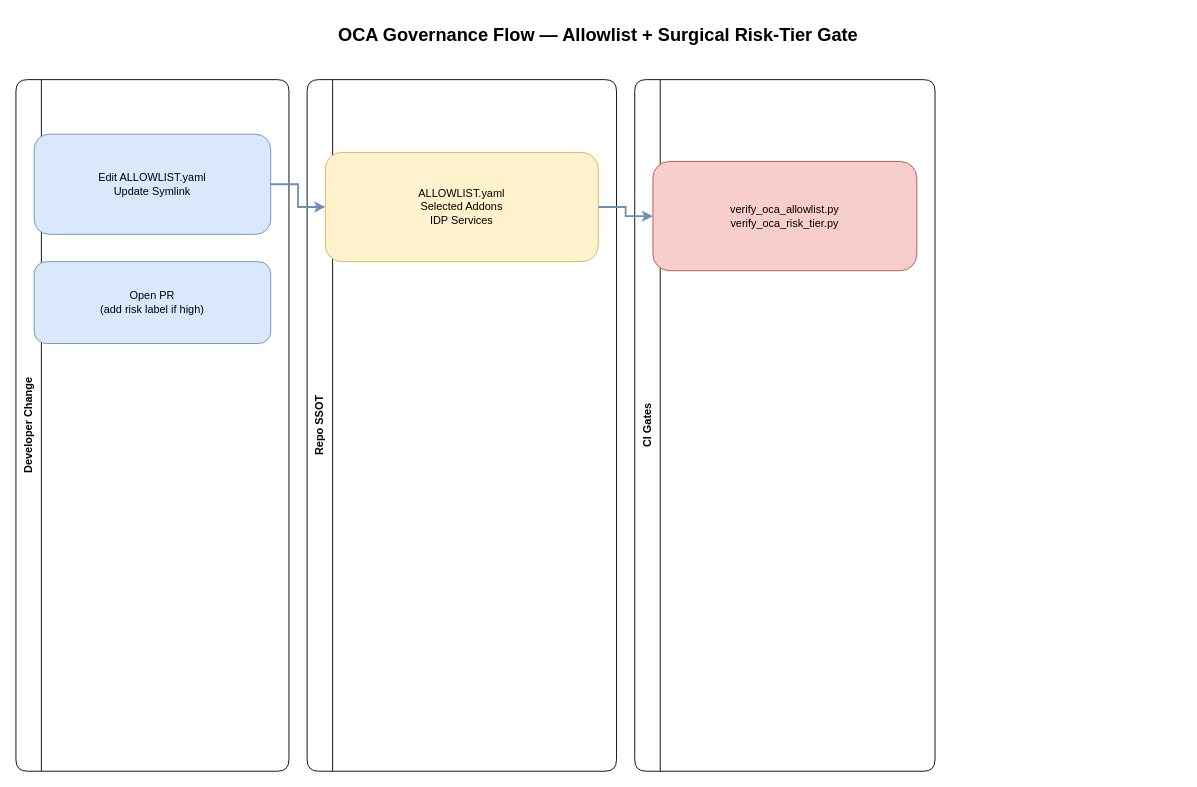
Above: docs/diagrams/azure/oca-governance-flow.drawio in Insightpulseai/odoo (draw.io), before the change. Source tidied: cells renumbered, new cells numbered last; positions are measured from the earlier drawing's top-left corner, leaving out a move shared by most shapes. Both pictures are drawn from the tidied source at 91%, with x=0, y=0 at pixel (15, 15).
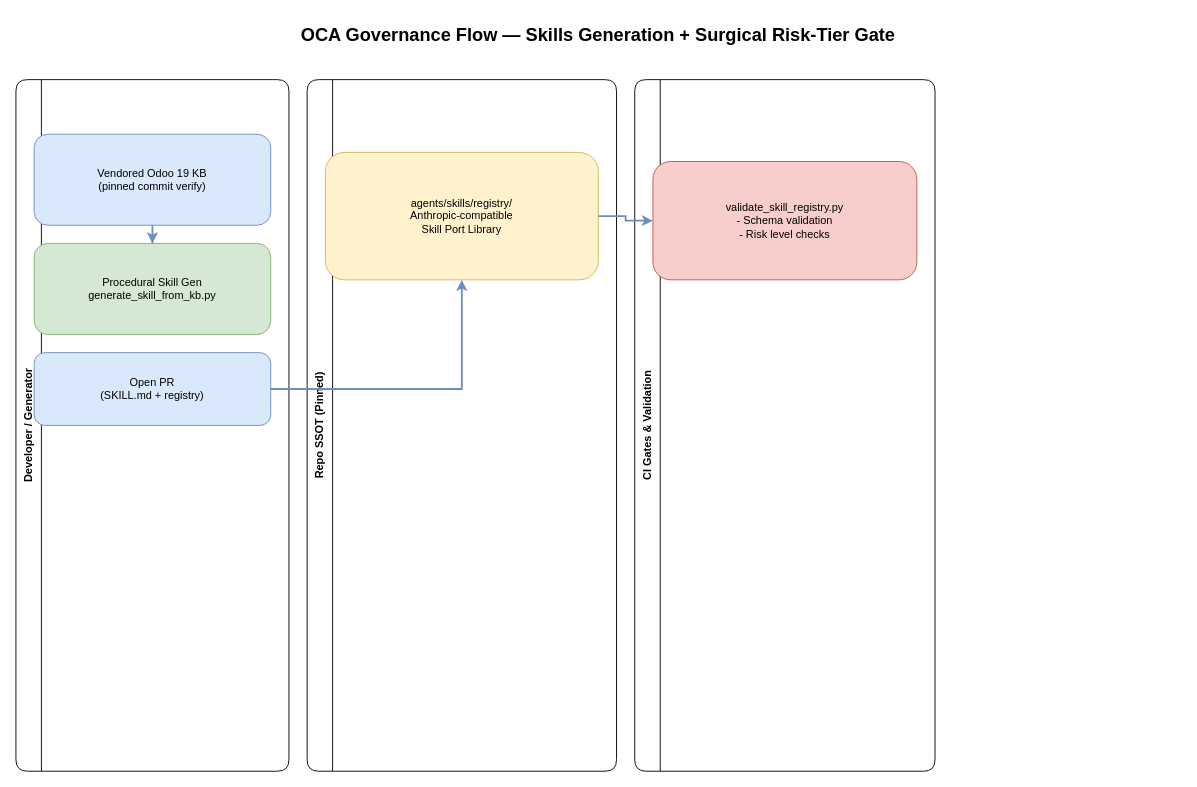
After the change.

Commit message (it also covers changes not shown here):
docs(diagrams): integrate Anthropics Skills framework and MCP layer

The edit, as a diff of the source:
```diff
@@
 <mxGraphModel>
   <root>
     <mxCell id="0" />
     <mxCell id="1" parent="0" />
-    <mxCell id="2" value="OCA Governance Flow — Allowlist + Surgical Risk-Tier Gate" style="text;html=1;strokeColor=none;fillColor=none;align=center;verticalAlign=middle;whiteSpace=wrap;rounded=0;fontSize=20;fontStyle=1;" parent="1" vertex="1">
+    <mxCell id="2" value="OCA Governance Flow — Skills Generation + Surgical Risk-Tier Gate" style="text;html=1;strokeColor=none;fillColor=none;align=center;verticalAlign=middle;whiteSpace=wrap;rounded=0;fontSize=20;fontStyle=1;" parent="1" vertex="1">
       <mxGeometry width="1280" height="40" as="geometry" />
     </mxCell>
-    <mxCell id="3" value="Developer Change" style="swimlane;horizontal=0;whiteSpace=wrap;html=1;fillColor=#ffffff;strokeColor=#000000;rounded=1;startSize=28;" parent="1" vertex="1">
+    <mxCell id="3" value="Developer / Generator" style="swimlane;horizontal=0;whiteSpace=wrap;html=1;fillColor=#ffffff;strokeColor=#000000;rounded=1;startSize=28;" parent="1" vertex="1">
       <mxGeometry y="70" width="300" height="760" as="geometry" />
     </mxCell>
-    <mxCell id="4" value="Repo SSOT" style="swimlane;horizontal=0;whiteSpace=wrap;html=1;fillColor=#ffffff;strokeColor=#000000;rounded=1;startSize=28;" parent="1" vertex="1">
+    <mxCell id="4" value="Repo SSOT (Pinned)" style="swimlane;horizontal=0;whiteSpace=wrap;html=1;fillColor=#ffffff;strokeColor=#000000;rounded=1;startSize=28;" parent="1" vertex="1">
       <mxGeometry x="320" y="70" width="340" height="760" as="geometry" />
     </mxCell>
-    <mxCell id="5" value="CI Gates" style="swimlane;horizontal=0;whiteSpace=wrap;html=1;fillColor=#ffffff;strokeColor=#000000;rounded=1;startSize=28;" parent="1" vertex="1">
+    <mxCell id="5" value="CI Gates &amp; Validation" style="swimlane;horizontal=0;whiteSpace=wrap;html=1;fillColor=#ffffff;strokeColor=#000000;rounded=1;startSize=28;" parent="1" vertex="1">
       <mxGeometry x="680" y="70" width="330" height="760" as="geometry" />
     </mxCell>
-    <mxCell id="6" value="Edit ALLOWLIST.yaml&#10;Update Symlink" style="rounded=1;whiteSpace=wrap;html=1;fillColor=#dae8fc;strokeColor=#6c8ebf;" parent="3" vertex="1">
-      <mxGeometry x="20" y="60" width="260" height="110" as="geometry" />
-    </mxCell>
+    <mxCell id="12" value="Vendored Odoo 19 KB&#10;(pinned commit verify)" style="rounded=1;whiteSpace=wrap;html=1;fillColor=#dae8fc;strokeColor=#6c8ebf;" parent="3" vertex="1">
+      <mxGeometry x="20" y="60" width="260" height="100" as="geometry" />
+    </mxCell>
+    <mxCell id="13" value="Procedural Skill Gen&#10;generate_skill_from_kb.py" style="rounded=1;whiteSpace=wrap;html=1;fillColor=#d5e8d4;strokeColor=#82b366;" parent="3" vertex="1">
+      <mxGeometry x="20" y="180" width="260" height="100" as="geometry" />
+    </mxCell>
-    <mxCell id="7" value="Open PR&#10;(add risk label if high)" style="rounded=1;whiteSpace=wrap;html=1;fillColor=#dae8fc;strokeColor=#6c8ebf;" parent="3" vertex="1">
-      <mxGeometry x="20" y="200" width="260" height="90" as="geometry" />
+    <mxCell id="7" value="Open PR&#10;(SKILL.md + registry)" style="rounded=1;whiteSpace=wrap;html=1;fillColor=#dae8fc;strokeColor=#6c8ebf;" parent="3" vertex="1">
+      <mxGeometry x="20" y="300" width="260" height="80" as="geometry" />
     </mxCell>
-    <mxCell id="8" value="ALLOWLIST.yaml&#10;Selected Addons&#10;IDP Services" style="rounded=1;whiteSpace=wrap;html=1;fillColor=#fff2cc;strokeColor=#d6b656;" parent="4" vertex="1">
-      <mxGeometry x="20" y="80" width="300" height="120" as="geometry" />
-    </mxCell>
-    <mxCell id="9" value="verify_oca_allowlist.py&#10;verify_oca_risk_tier.py" style="rounded=1;whiteSpace=wrap;html=1;fillColor=#f8cecc;strokeColor=#b85450;" parent="5" vertex="1">
-      <mxGeometry x="20" y="90" width="290" height="120" as="geometry" />
-    </mxCell>
+    <mxCell id="14" value="agents/skills/registry/&#10;Anthropic-compatible&#10;Skill Port Library" style="rounded=1;whiteSpace=wrap;html=1;fillColor=#fff2cc;strokeColor=#d6b656;" parent="4" vertex="1">
+      <mxGeometry x="20" y="80" width="300" height="140" as="geometry" />
+    </mxCell>
+    <mxCell id="15" value="validate_skill_registry.py&#10;- Schema validation&#10;- Risk level checks" style="rounded=1;whiteSpace=wrap;html=1;fillColor=#f8cecc;strokeColor=#b85450;" parent="5" vertex="1">
+      <mxGeometry x="20" y="90" width="290" height="130" as="geometry" />
+    </mxCell>
-    <mxCell id="10" style="edgeStyle=orthogonalEdgeStyle;rounded=0;jettySize=auto;html=1;strokeWidth=2;strokeColor=#6c8ebf;" parent="1" edge="1" source="6" target="8">
+    <mxCell id="10" style="edgeStyle=orthogonalEdgeStyle;rounded=0;jettySize=auto;html=1;strokeWidth=2;strokeColor=#6c8ebf;" parent="1" edge="1" source="12" target="13">
       <mxGeometry relative="1" as="geometry" />
     </mxCell>
-    <mxCell id="11" style="edgeStyle=orthogonalEdgeStyle;rounded=0;jettySize=auto;html=1;strokeWidth=2;strokeColor=#6c8ebf;" parent="1" edge="1" source="8" target="9">
+    <mxCell id="11" style="edgeStyle=orthogonalEdgeStyle;rounded=0;jettySize=auto;html=1;strokeWidth=2;strokeColor=#6c8ebf;" parent="1" edge="1" source="7" target="14">
       <mxGeometry relative="1" as="geometry" />
     </mxCell>
+    <mxCell id="16" style="edgeStyle=orthogonalEdgeStyle;rounded=0;jettySize=auto;html=1;strokeWidth=2;strokeColor=#6c8ebf;" parent="1" edge="1" source="14" target="15">
+      <mxGeometry relative="1" as="geometry" />
+    </mxCell>
   </root>
 </mxGraphModel>
```
